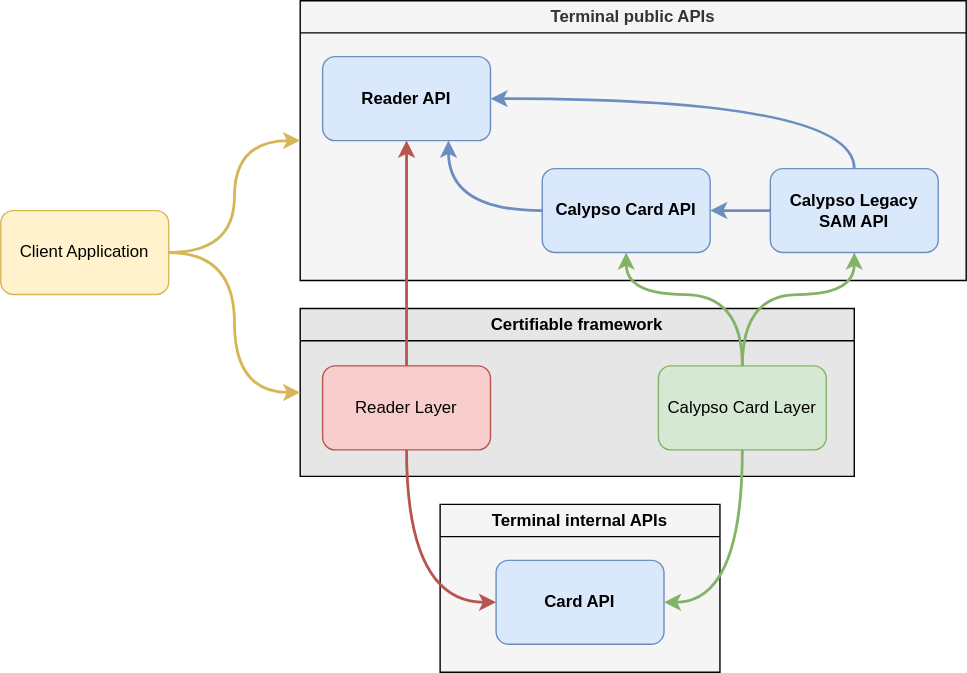
The draw.io diagram static/media/uml/apis_dependencies_overview.drawio.svg in calypsonet/calypsonet-terminal-api-website, before a commit. Source tidied: cells renumbered, new cells last; positions are measured from the earlier drawing's top-left corner, leaving out a move shared by most shapes. Source of this version:
```xml
<mxGraphModel>
  <root>
    <mxCell id="0" />
    <mxCell id="1" parent="0" />
    <mxCell id="2" value="Terminal public APIs" style="swimlane;whiteSpace=wrap;html=1;fillColor=#f5f5f5;fontColor=#333333;strokeColor=#000000;fillStyle=auto;swimlaneFillColor=#F5F5F5;" parent="1" vertex="1">
      <mxGeometry x="214" width="476" height="200" as="geometry" />
    </mxCell>
    <mxCell id="3" value="Reader API" style="rounded=1;whiteSpace=wrap;html=1;fillColor=#dae8fc;strokeColor=#6c8ebf;fontStyle=1;" parent="2" vertex="1">
      <mxGeometry x="16" y="40" width="120" height="60" as="geometry" />
    </mxCell>
    <mxCell id="4" style="edgeStyle=orthogonalEdgeStyle;rounded=0;jettySize=auto;html=1;exitX=0;exitY=0.5;exitDx=0;exitDy=0;entryX=1;entryY=0.5;entryDx=0;entryDy=0;fillColor=#dae8fc;strokeColor=#6c8ebf;strokeWidth=2;" parent="2" edge="1" source="6" target="8">
      <mxGeometry relative="1" as="geometry" />
    </mxCell>
    <mxCell id="5" style="edgeStyle=orthogonalEdgeStyle;jettySize=auto;html=1;entryX=1;entryY=0.5;entryDx=0;entryDy=0;exitX=0.5;exitY=0;exitDx=0;exitDy=0;curved=1;fillColor=#dae8fc;strokeColor=#6c8ebf;strokeWidth=2;" parent="2" edge="1" source="6" target="3">
      <mxGeometry relative="1" as="geometry" />
    </mxCell>
    <mxCell id="6" value="Calypso Legacy SAM API" style="rounded=1;whiteSpace=wrap;html=1;fillColor=#dae8fc;strokeColor=#6c8ebf;fontStyle=1;" parent="2" vertex="1">
      <mxGeometry x="336" y="120" width="120" height="60" as="geometry" />
    </mxCell>
    <mxCell id="7" style="edgeStyle=orthogonalEdgeStyle;jettySize=auto;html=1;entryX=0.75;entryY=1;entryDx=0;entryDy=0;curved=1;fillColor=#dae8fc;strokeColor=#6c8ebf;strokeWidth=2;" parent="2" edge="1" source="8" target="3">
      <mxGeometry relative="1" as="geometry" />
    </mxCell>
    <mxCell id="8" value="Calypso Card API" style="rounded=1;whiteSpace=wrap;html=1;fillColor=#dae8fc;strokeColor=#6c8ebf;fontStyle=1;" parent="2" vertex="1">
      <mxGeometry x="173" y="120" width="120" height="60" as="geometry" />
    </mxCell>
    <mxCell id="9" value="Terminal internal APIs" style="swimlane;whiteSpace=wrap;html=1;fillColor=#F5F5F5;swimlaneFillColor=#F5F5F5;" parent="1" vertex="1">
      <mxGeometry x="314" y="360" width="200" height="120" as="geometry" />
    </mxCell>
    <mxCell id="10" value="Card API" style="rounded=1;whiteSpace=wrap;html=1;fillColor=#dae8fc;strokeColor=#6c8ebf;fontStyle=1;" parent="9" vertex="1">
      <mxGeometry x="40" y="40" width="120" height="60" as="geometry" />
    </mxCell>
    <mxCell id="11" value="Certifiable framework" style="swimlane;whiteSpace=wrap;html=1;fillColor=#E6E6E6;swimlaneFillColor=#E6E6E6;" parent="1" vertex="1">
      <mxGeometry x="214" y="220" width="396" height="120" as="geometry" />
    </mxCell>
    <mxCell id="12" value="Reader Layer" style="rounded=1;whiteSpace=wrap;html=1;fillColor=#f8cecc;strokeColor=#b85450;" parent="11" vertex="1">
      <mxGeometry x="16" y="41" width="120" height="60" as="geometry" />
    </mxCell>
    <mxCell id="13" value="Calypso Card Layer" style="rounded=1;whiteSpace=wrap;html=1;fillColor=#d5e8d4;strokeColor=#82b366;" parent="11" vertex="1">
      <mxGeometry x="256" y="41" width="120" height="60" as="geometry" />
    </mxCell>
    <mxCell id="14" style="edgeStyle=orthogonalEdgeStyle;jettySize=auto;html=1;entryX=0;entryY=0.5;entryDx=0;entryDy=0;curved=1;fillColor=#fff2cc;strokeColor=#d6b656;strokeWidth=2;" parent="1" edge="1" source="16" target="2">
      <mxGeometry relative="1" as="geometry" />
    </mxCell>
    <mxCell id="15" style="edgeStyle=orthogonalEdgeStyle;jettySize=auto;html=1;entryX=0;entryY=0.5;entryDx=0;entryDy=0;curved=1;fillColor=#fff2cc;strokeColor=#d6b656;strokeWidth=2;" parent="1" edge="1" source="16" target="11">
      <mxGeometry relative="1" as="geometry" />
    </mxCell>
    <mxCell id="16" value="Client Application" style="rounded=1;whiteSpace=wrap;html=1;fillColor=#fff2cc;strokeColor=#d6b656;" parent="1" vertex="1">
      <mxGeometry y="150" width="120" height="60" as="geometry" />
    </mxCell>
    <mxCell id="17" style="edgeStyle=orthogonalEdgeStyle;jettySize=auto;html=1;entryX=0;entryY=0.5;entryDx=0;entryDy=0;curved=1;fillColor=#f8cecc;strokeColor=#b85450;strokeWidth=2;exitX=0.5;exitY=1;exitDx=0;exitDy=0;" parent="1" edge="1" source="12" target="10">
      <mxGeometry relative="1" as="geometry" />
    </mxCell>
    <mxCell id="18" style="edgeStyle=orthogonalEdgeStyle;jettySize=auto;html=1;entryX=1;entryY=0.5;entryDx=0;entryDy=0;exitX=0.5;exitY=1;exitDx=0;exitDy=0;curved=1;fillColor=#d5e8d4;strokeColor=#82b366;strokeWidth=2;" parent="1" edge="1" source="13" target="10">
      <mxGeometry relative="1" as="geometry" />
    </mxCell>
    <mxCell id="19" style="edgeStyle=orthogonalEdgeStyle;rounded=0;jettySize=auto;html=1;entryX=0.5;entryY=1;entryDx=0;entryDy=0;exitX=0.5;exitY=0;exitDx=0;exitDy=0;fillColor=#f8cecc;strokeColor=#b85450;strokeWidth=2;" parent="1" edge="1" source="12" target="3">
      <mxGeometry relative="1" as="geometry" />
    </mxCell>
    <mxCell id="20" style="edgeStyle=orthogonalEdgeStyle;rounded=0;jettySize=auto;html=1;entryX=0.5;entryY=1;entryDx=0;entryDy=0;fillColor=#d5e8d4;strokeColor=#82b366;strokeWidth=2;curved=1;" parent="1" edge="1" source="13" target="8">
      <mxGeometry relative="1" as="geometry">
        <Array as="points">
          <mxPoint x="530" y="210" />
          <mxPoint x="447" y="210" />
        </Array>
      </mxGeometry>
    </mxCell>
    <mxCell id="21" style="edgeStyle=orthogonalEdgeStyle;jettySize=auto;html=1;entryX=0.5;entryY=1;entryDx=0;entryDy=0;exitX=0.5;exitY=0;exitDx=0;exitDy=0;curved=1;fillColor=#d5e8d4;strokeColor=#82b366;strokeWidth=2;" parent="1" edge="1" source="13" target="6">
      <mxGeometry relative="1" as="geometry">
        <Array as="points">
          <mxPoint x="530" y="210" />
          <mxPoint x="610" y="210" />
        </Array>
      </mxGeometry>
    </mxCell>
  </root>
</mxGraphModel>
```
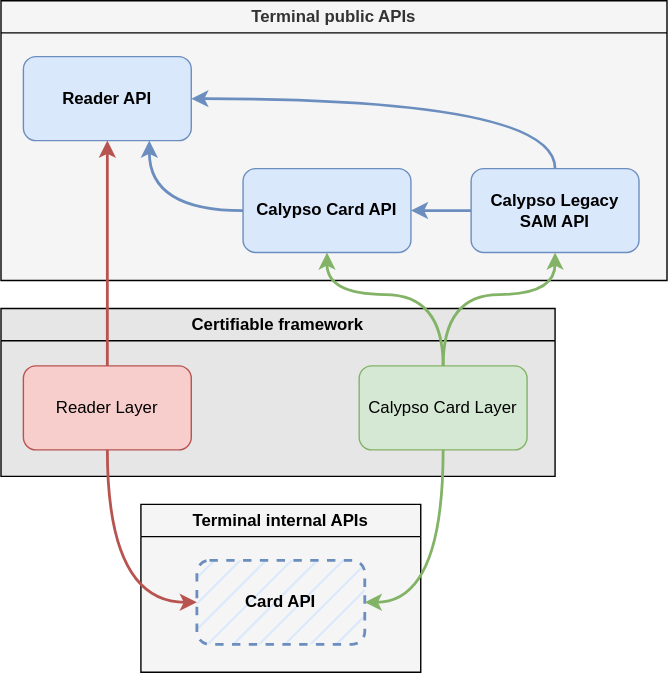
After the change.

Change to the diagram source:
```diff
@@ -26,7 +26,7 @@
     <mxCell id="9" value="Terminal internal APIs" style="swimlane;whiteSpace=wrap;html=1;fillColor=#F5F5F5;swimlaneFillColor=#F5F5F5;" parent="1" vertex="1">
       <mxGeometry x="314" y="360" width="200" height="120" as="geometry" />
     </mxCell>
-    <mxCell id="10" value="Card API" style="rounded=1;whiteSpace=wrap;html=1;fillColor=#dae8fc;strokeColor=#6c8ebf;fontStyle=1;" parent="9" vertex="1">
+    <mxCell id="10" value="Card API" style="rounded=1;whiteSpace=wrap;html=1;fillColor=#dae8fc;strokeColor=#6c8ebf;fontStyle=1;dashed=1;strokeWidth=2;fillStyle=hatch;" parent="9" vertex="1">
       <mxGeometry x="40" y="40" width="120" height="60" as="geometry" />
     </mxCell>
     <mxCell id="11" value="Certifiable framework" style="swimlane;whiteSpace=wrap;html=1;fillColor=#E6E6E6;swimlaneFillColor=#E6E6E6;" parent="1" vertex="1">
@@ -38,15 +38,6 @@
     <mxCell id="13" value="Calypso Card Layer" style="rounded=1;whiteSpace=wrap;html=1;fillColor=#d5e8d4;strokeColor=#82b366;" parent="11" vertex="1">
       <mxGeometry x="256" y="41" width="120" height="60" as="geometry" />
     </mxCell>
-    <mxCell id="14" style="edgeStyle=orthogonalEdgeStyle;jettySize=auto;html=1;entryX=0;entryY=0.5;entryDx=0;entryDy=0;curved=1;fillColor=#fff2cc;strokeColor=#d6b656;strokeWidth=2;" parent="1" edge="1" source="16" target="2">
-      <mxGeometry relative="1" as="geometry" />
-    </mxCell>
-    <mxCell id="15" style="edgeStyle=orthogonalEdgeStyle;jettySize=auto;html=1;entryX=0;entryY=0.5;entryDx=0;entryDy=0;curved=1;fillColor=#fff2cc;strokeColor=#d6b656;strokeWidth=2;" parent="1" edge="1" source="16" target="11">
-      <mxGeometry relative="1" as="geometry" />
-    </mxCell>
-    <mxCell id="16" value="Client Application" style="rounded=1;whiteSpace=wrap;html=1;fillColor=#fff2cc;strokeColor=#d6b656;" parent="1" vertex="1">
-      <mxGeometry y="150" width="120" height="60" as="geometry" />
-    </mxCell>
     <mxCell id="17" style="edgeStyle=orthogonalEdgeStyle;jettySize=auto;html=1;entryX=0;entryY=0.5;entryDx=0;entryDy=0;curved=1;fillColor=#f8cecc;strokeColor=#b85450;strokeWidth=2;exitX=0.5;exitY=1;exitDx=0;exitDy=0;" parent="1" edge="1" source="12" target="10">
       <mxGeometry relative="1" as="geometry" />
     </mxCell>
```
